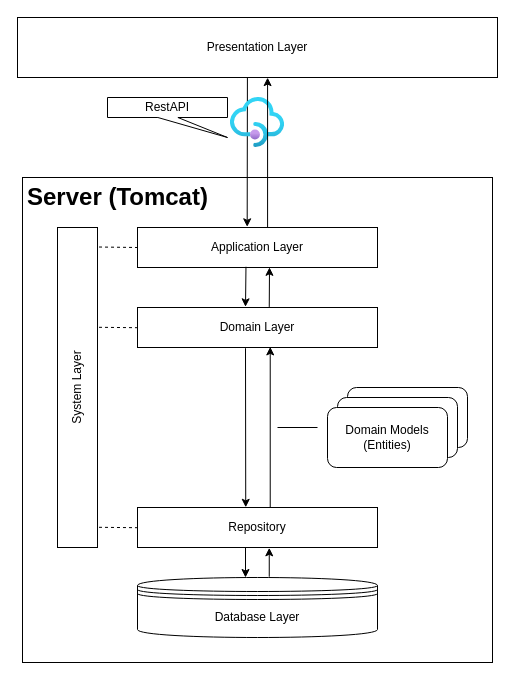
ulftietze/hoot keeps this draw.io diagram as docs/diagrams/ArchitectureLayer.drawio. Above is the earlier version. Source tidied: cells renumbered, new cells numbered last; positions are measured from the earlier drawing's top-left corner, leaving out a move shared by most shapes. Both pictures are drawn from the tidied source at 100%, with x=0, y=0 at pixel (17, 17).
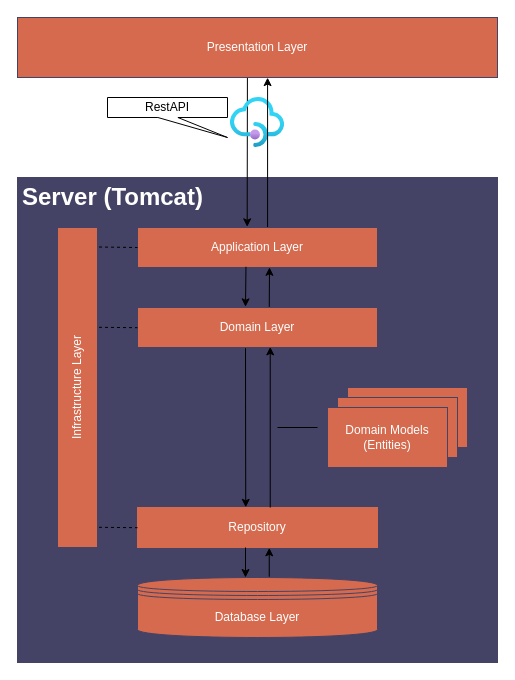
After the change.

What changed in the source:
```diff
@@
-    <mxCell id="2" style="rounded=0;whiteSpace=wrap;html=1;" parent="1" vertex="1">
-      <mxGeometry x="5" y="160" width="470" height="485" as="geometry" />
+    <mxCell id="2" style="whiteSpace=wrap;html=1;fillColor=#444365;strokeColor=#444365;" parent="1" vertex="1">
+      <mxGeometry y="160" width="480" height="485" as="geometry" />
     </mxCell>
-    <mxCell id="3" value="Domain Layer" style="rounded=0;whiteSpace=wrap;html=1;" parent="1" vertex="1">
+    <mxCell id="3" value="&lt;font color=&quot;#ffffff&quot;&gt;Domain Layer&lt;/font&gt;" style="whiteSpace=wrap;html=1;fillColor=#D56A4E;strokeColor=#444365;" parent="1" vertex="1">
       <mxGeometry x="120" y="290" width="240" height="40" as="geometry" />
     </mxCell>
-    <mxCell id="4" value="Repository" style="rounded=0;whiteSpace=wrap;html=1;" parent="1" vertex="1">
+    <mxCell id="4" value="&lt;font color=&quot;#ffffff&quot;&gt;Repository&lt;/font&gt;" style="whiteSpace=wrap;html=1;fillColor=#D56A4E;strokeColor=#D56A4E;" parent="1" vertex="1">
       <mxGeometry x="120" y="490" width="240" height="40" as="geometry" />
     </mxCell>
-    <mxCell id="5" style="endArrow=classic;html=1;rounded=0;entryX=0.553;entryY=0.985;entryDx=0;entryDy=0;exitX=0.553;exitY=0;exitDx=0;exitDy=0;entryPerimeter=0;exitPerimeter=0;" parent="1" edge="1" source="4" target="3">
+    <mxCell id="5" style="endArrow=classic;html=1;entryX=0.553;entryY=0.985;entryDx=0;entryDy=0;exitX=0.553;exitY=0;exitDx=0;exitDy=0;entryPerimeter=0;exitPerimeter=0;" parent="1" edge="1" source="4" target="3">
       <mxGeometry relative="1" as="geometry" />
     </mxCell>
-    <mxCell id="6" style="endArrow=classic;html=1;rounded=0;exitX=0.45;exitY=1.018;exitDx=0;exitDy=0;entryX=0.451;entryY=-0.005;entryDx=0;entryDy=0;entryPerimeter=0;exitPerimeter=0;" parent="1" edge="1" source="3" target="4">
+    <mxCell id="6" style="endArrow=classic;html=1;exitX=0.45;exitY=1.018;exitDx=0;exitDy=0;entryX=0.451;entryY=-0.005;entryDx=0;entryDy=0;entryPerimeter=0;exitPerimeter=0;" parent="1" edge="1" source="3" target="4">
       <mxGeometry relative="1" as="geometry" />
     </mxCell>
-    <mxCell id="7" style="endArrow=none;html=1;rounded=0;" parent="1" edge="1">
+    <mxCell id="7" style="endArrow=none;html=1;" parent="1" edge="1">
       <mxGeometry relative="1" as="geometry">
         <mxPoint x="260" y="410" as="sourcePoint" />
         <mxPoint x="300" y="410" as="targetPoint" />
       </mxGeometry>
     </mxCell>
-    <mxCell id="8" style="group;" parent="1" vertex="1">
+    <mxCell id="8" style="group;fillColor=none;" parent="1" vertex="1">
       <mxGeometry x="310" y="370" width="140" height="80" as="geometry" />
     </mxCell>
-    <mxCell id="9" style="rounded=1;whiteSpace=wrap;html=1;" parent="8" vertex="1">
+    <mxCell id="9" style="whiteSpace=wrap;html=1;fillColor=#D56A4E;strokeColor=#444365;" parent="8" vertex="1">
       <mxGeometry x="20" width="120" height="60" as="geometry" />
     </mxCell>
-    <mxCell id="10" style="rounded=1;whiteSpace=wrap;html=1;" parent="8" vertex="1">
+    <mxCell id="10" style="whiteSpace=wrap;html=1;fillColor=#D56A4E;strokeColor=#444365;" parent="8" vertex="1">
       <mxGeometry x="10" y="10" width="120" height="60" as="geometry" />
     </mxCell>
-    <mxCell id="11" value="Domain Models (Entities)" style="rounded=1;whiteSpace=wrap;html=1;" parent="8" vertex="1">
+    <mxCell id="11" value="&lt;font color=&quot;#ffffff&quot;&gt;Domain Models (Entities)&lt;/font&gt;" style="whiteSpace=wrap;html=1;fillColor=#D56A4E;strokeColor=#444365;" parent="8" vertex="1">
       <mxGeometry y="20" width="120" height="60" as="geometry" />
     </mxCell>
-    <mxCell id="12" value="System Layer" style="rounded=0;whiteSpace=wrap;html=1;verticalAlign=middle;horizontal=0;" parent="1" vertex="1">
+    <mxCell id="12" value="&lt;font color=&quot;#ffffff&quot;&gt;Infrastructure&amp;nbsp;Layer&lt;/font&gt;" style="whiteSpace=wrap;html=1;verticalAlign=middle;horizontal=0;fillColor=#D56A4E;strokeColor=#444365;" parent="1" vertex="1">
       <mxGeometry x="40" y="210" width="40" height="320" as="geometry" />
     </mxCell>
-    <mxCell id="13" value="Application Layer" style="rounded=0;whiteSpace=wrap;html=1;" parent="1" vertex="1">
+    <mxCell id="13" value="&lt;font color=&quot;#ffffff&quot;&gt;Application Layer&lt;/font&gt;" style="whiteSpace=wrap;html=1;strokeColor=#444365;fillColor=#D56A4E;" parent="1" vertex="1">
       <mxGeometry x="120" y="210" width="240" height="40" as="geometry" />
     </mxCell>
-    <mxCell id="14" style="endArrow=classic;html=1;rounded=0;exitX=0.452;exitY=0.982;exitDx=0;exitDy=0;exitPerimeter=0;entryX=0.45;entryY=-0.017;entryDx=0;entryDy=0;entryPerimeter=0;" parent="1" edge="1" source="13" target="3">
+    <mxCell id="14" style="endArrow=classic;html=1;exitX=0.452;exitY=0.982;exitDx=0;exitDy=0;exitPerimeter=0;entryX=0.45;entryY=-0.017;entryDx=0;entryDy=0;entryPerimeter=0;" parent="1" edge="1" source="13" target="3">
       <mxGeometry relative="1" as="geometry" />
     </mxCell>
-    <mxCell id="15" style="endArrow=classic;html=1;rounded=0;exitX=0.549;exitY=-0.014;exitDx=0;exitDy=0;exitPerimeter=0;entryX=0.55;entryY=0.996;entryDx=0;entryDy=0;entryPerimeter=0;" parent="1" edge="1" source="3" target="13">
+    <mxCell id="15" style="endArrow=classic;html=1;exitX=0.549;exitY=-0.014;exitDx=0;exitDy=0;exitPerimeter=0;entryX=0.55;entryY=0.996;entryDx=0;entryDy=0;entryPerimeter=0;" parent="1" edge="1" source="3" target="13">
       <mxGeometry relative="1" as="geometry" />
     </mxCell>
-    <mxCell id="16" style="endArrow=none;dashed=1;html=1;rounded=0;exitX=1.038;exitY=0.061;exitDx=0;exitDy=0;exitPerimeter=0;" parent="1" edge="1" source="12">
+    <mxCell id="16" style="endArrow=none;dashed=1;html=1;exitX=1.038;exitY=0.061;exitDx=0;exitDy=0;exitPerimeter=0;" parent="1" edge="1" source="12">
       <mxGeometry relative="1" as="geometry">
         <mxPoint x="120" y="230" as="targetPoint" />
       </mxGeometry>
     </mxCell>
-    <mxCell id="17" style="endArrow=none;dashed=1;html=1;rounded=0;exitX=1.038;exitY=0.061;exitDx=0;exitDy=0;exitPerimeter=0;" parent="1" edge="1">
+    <mxCell id="17" style="endArrow=none;dashed=1;html=1;exitX=1.038;exitY=0.061;exitDx=0;exitDy=0;exitPerimeter=0;" parent="1" edge="1">
       <mxGeometry relative="1" as="geometry">
         <mxPoint x="81.5" y="309.8" as="sourcePoint" />
         <mxPoint x="120" y="310.2" as="targetPoint" />
       </mxGeometry>
     </mxCell>
-    <mxCell id="18" style="endArrow=none;dashed=1;html=1;rounded=0;exitX=1.038;exitY=0.061;exitDx=0;exitDy=0;exitPerimeter=0;" parent="1" edge="1">
+    <mxCell id="18" style="endArrow=none;dashed=1;html=1;exitX=1.038;exitY=0.061;exitDx=0;exitDy=0;exitPerimeter=0;" parent="1" edge="1">
       <mxGeometry relative="1" as="geometry">
         <mxPoint x="81.5" y="509.8" as="sourcePoint" />
         <mxPoint x="120" y="510.2" as="targetPoint" />
       </mxGeometry>
     </mxCell>
-    <mxCell id="19" value="Database Layer" style="shape=datastore;whiteSpace=wrap;html=1;" parent="1" vertex="1">
+    <mxCell id="19" value="&lt;font color=&quot;#ffffff&quot;&gt;Database Layer&lt;/font&gt;" style="shape=datastore;whiteSpace=wrap;html=1;strokeColor=#444365;fillColor=#D56A4E;" parent="1" vertex="1">
       <mxGeometry x="120" y="560" width="240" height="60" as="geometry" />
     </mxCell>
-    <mxCell id="20" style="endArrow=classic;html=1;rounded=0;entryX=0.549;entryY=1.008;entryDx=0;entryDy=0;entryPerimeter=0;exitX=0.549;exitY=-0.013;exitDx=0;exitDy=0;exitPerimeter=0;" parent="1" edge="1" source="19" target="4">
+    <mxCell id="20" style="endArrow=classic;html=1;entryX=0.549;entryY=1.008;entryDx=0;entryDy=0;entryPerimeter=0;exitX=0.549;exitY=-0.013;exitDx=0;exitDy=0;exitPerimeter=0;" parent="1" edge="1" source="19" target="4">
       <mxGeometry relative="1" as="geometry" />
     </mxCell>
-    <mxCell id="21" style="endArrow=classic;html=1;rounded=0;exitX=0.45;exitY=1;exitDx=0;exitDy=0;exitPerimeter=0;entryX=0.45;entryY=0;entryDx=0;entryDy=0;entryPerimeter=0;" parent="1" edge="1" source="4" target="19">
+    <mxCell id="21" style="endArrow=classic;html=1;exitX=0.45;exitY=1;exitDx=0;exitDy=0;exitPerimeter=0;entryX=0.45;entryY=0;entryDx=0;entryDy=0;entryPerimeter=0;" parent="1" edge="1" source="4" target="19">
       <mxGeometry relative="1" as="geometry" />
     </mxCell>
-    <mxCell id="22" value="Presentation Layer" style="rounded=0;whiteSpace=wrap;html=1;" parent="1" vertex="1">
+    <mxCell id="22" value="&lt;font color=&quot;#ffffff&quot;&gt;Presentation Layer&lt;/font&gt;" style="whiteSpace=wrap;html=1;fillColor=#D56A4E;strokeColor=#444365;" parent="1" vertex="1">
       <mxGeometry width="480" height="60" as="geometry" />
     </mxCell>
-    <mxCell id="23" style="endArrow=classic;html=1;rounded=0;exitX=0.479;exitY=1.008;exitDx=0;exitDy=0;exitPerimeter=0;entryX=0.457;entryY=-0.017;entryDx=0;entryDy=0;entryPerimeter=0;" parent="1" edge="1" source="22" target="13">
+    <mxCell id="23" style="endArrow=classic;html=1;exitX=0.479;exitY=1.008;exitDx=0;exitDy=0;exitPerimeter=0;entryX=0.457;entryY=-0.017;entryDx=0;entryDy=0;entryPerimeter=0;" parent="1" edge="1" source="22" target="13">
       <mxGeometry relative="1" as="geometry" />
     </mxCell>
@@
-    <mxCell id="25" style="endArrow=classic;html=1;rounded=0;exitX=0.542;exitY=-0.011;exitDx=0;exitDy=0;exitPerimeter=0;entryX=0.521;entryY=1.002;entryDx=0;entryDy=0;entryPerimeter=0;" parent="1" edge="1" source="13" target="22">
+    <mxCell id="25" style="endArrow=classic;html=1;exitX=0.542;exitY=-0.011;exitDx=0;exitDy=0;exitPerimeter=0;entryX=0.521;entryY=1.002;entryDx=0;entryDy=0;entryPerimeter=0;" parent="1" edge="1" source="13" target="22">
       <mxGeometry relative="1" as="geometry" />
     </mxCell>
-    <mxCell id="26" value="&lt;h1&gt;Server (Tomcat)&lt;/h1&gt;" style="text;html=1;strokeColor=none;fillColor=none;spacing=5;spacingTop=-20;whiteSpace=wrap;overflow=hidden;rounded=0;" parent="1" vertex="1">
-      <mxGeometry x="5" y="160" width="195" height="40" as="geometry" />
+    <mxCell id="26" value="&lt;h1&gt;Server (Tomcat)&lt;/h1&gt;" style="text;html=1;strokeColor=none;fillColor=none;spacing=5;spacingTop=-20;whiteSpace=wrap;overflow=hidden;fontColor=#FFFFFF;" parent="1" vertex="1">
+      <mxGeometry y="160" width="195" height="40" as="geometry" />
     </mxCell>
```
